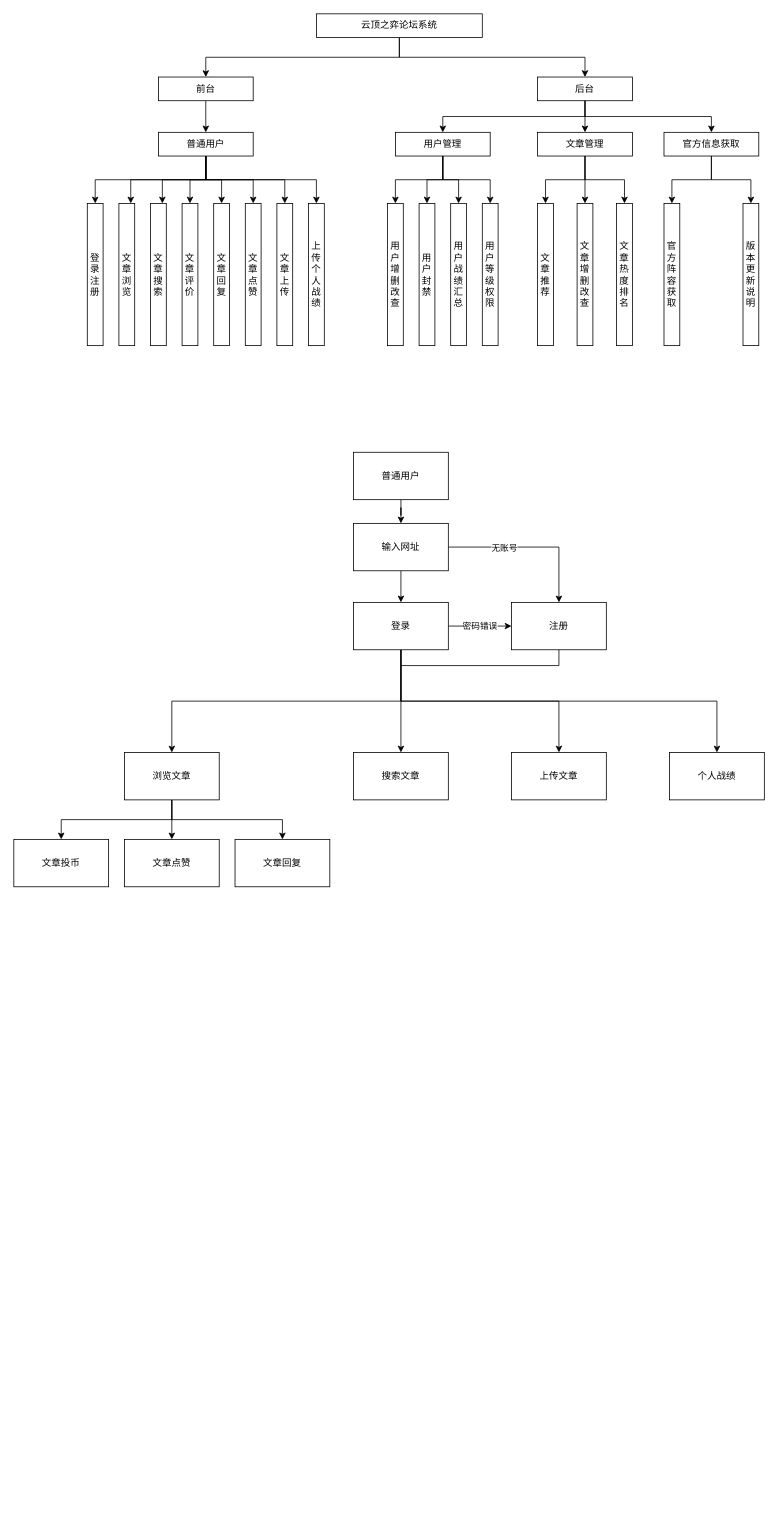
Above: 小学期2023.drawio in minhuomin/minhuomin.github (draw.io), before the change. Source tidied: cells renumbered, new cells numbered last; positions are measured from the earlier drawing's top-left corner, leaving out a move shared by most shapes. Both pictures are drawn from the tidied source at 79%, with x=0, y=0 at pixel (13, 13).
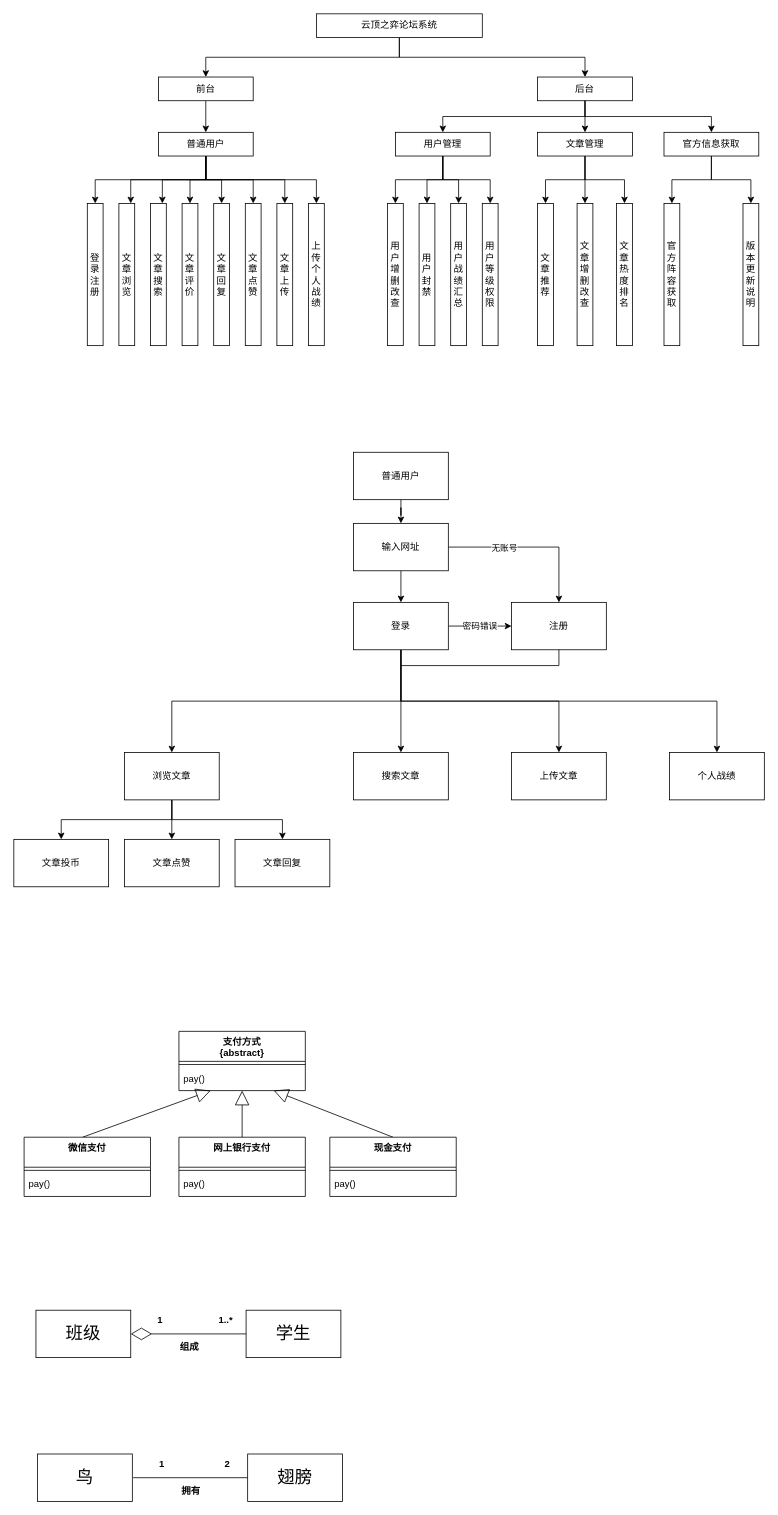
The same page after the edit.

Commit message:
更新小学期2023.drawio

What changed in the source:
```diff
@@
+    <mxCell id="73" style="endArrow=block;endSize=16;endFill=0;html=1;rounded=0;exitX=0.463;exitY=0;exitDx=0;exitDy=0;exitPerimeter=0;" parent="1" edge="1" source="78" target="77">
+      <mxGeometry relative="1" as="geometry" />
+    </mxCell>
+    <mxCell id="74" style="endArrow=block;endSize=16;endFill=0;html=1;rounded=0;entryX=0.75;entryY=1;entryDx=0;entryDy=0;entryPerimeter=0;exitX=0.5;exitY=0;exitDx=0;exitDy=0;" parent="1" edge="1" source="84" target="77">
+      <mxGeometry relative="1" as="geometry" />
+    </mxCell>
+    <mxCell id="75" value="支付方式&lt;br&gt;{abstract}" style="swimlane;fontStyle=1;align=center;verticalAlign=top;horizontal=1;startSize=38;whiteSpace=wrap;html=1;" parent="1" vertex="1">
+      <mxGeometry x="209" y="1288" width="160" height="75" as="geometry" />
+    </mxCell>
+    <mxCell id="76" style="line;strokeWidth=1;fillColor=none;align=left;verticalAlign=middle;spacingTop=-1;spacingLeft=3;spacingRight=3;labelPosition=right;strokeColor=inherit;" parent="75" vertex="1">
+      <mxGeometry y="38" width="160" height="8" as="geometry" />
+    </mxCell>
+    <mxCell id="77" value="pay()" style="text;strokeColor=none;fillColor=none;align=left;verticalAlign=top;spacingLeft=4;spacingRight=4;overflow=hidden;points=[[0,0.5],[1,0.5]];portConstraint=eastwest;whiteSpace=wrap;html=1;" parent="75" vertex="1">
+      <mxGeometry y="46" width="160" height="29" as="geometry" />
+    </mxCell>
+    <mxCell id="78" value="微信支付" style="swimlane;fontStyle=1;align=center;verticalAlign=top;horizontal=1;startSize=38;whiteSpace=wrap;html=1;" parent="1" vertex="1">
+      <mxGeometry x="13" y="1422" width="160" height="75" as="geometry" />
+    </mxCell>
+    <mxCell id="79" style="line;strokeWidth=1;fillColor=none;align=left;verticalAlign=middle;spacingTop=-1;spacingLeft=3;spacingRight=3;labelPosition=right;strokeColor=inherit;" parent="78" vertex="1">
+      <mxGeometry y="38" width="160" height="8" as="geometry" />
+    </mxCell>
+    <mxCell id="80" value="pay()" style="text;strokeColor=none;fillColor=none;align=left;verticalAlign=top;spacingLeft=4;spacingRight=4;overflow=hidden;whiteSpace=wrap;html=1;" parent="78" vertex="1">
+      <mxGeometry y="46" width="160" height="29" as="geometry" />
+    </mxCell>
+    <mxCell id="81" value="网上银行支付&lt;br&gt;" style="swimlane;fontStyle=1;align=center;verticalAlign=top;horizontal=1;startSize=38;whiteSpace=wrap;html=1;" parent="1" vertex="1">
+      <mxGeometry x="209" y="1422" width="160" height="75" as="geometry" />
+    </mxCell>
+    <mxCell id="82" style="line;strokeWidth=1;fillColor=none;align=left;verticalAlign=middle;spacingTop=-1;spacingLeft=3;spacingRight=3;labelPosition=right;strokeColor=inherit;" parent="81" vertex="1">
+      <mxGeometry y="38" width="160" height="8" as="geometry" />
+    </mxCell>
+    <mxCell id="83" value="pay()" style="text;strokeColor=none;fillColor=none;align=left;verticalAlign=top;spacingLeft=4;spacingRight=4;overflow=hidden;whiteSpace=wrap;html=1;" parent="81" vertex="1">
+      <mxGeometry y="46" width="160" height="29" as="geometry" />
+    </mxCell>
+    <mxCell id="84" value="现金支付" style="swimlane;fontStyle=1;align=center;verticalAlign=top;horizontal=1;startSize=38;whiteSpace=wrap;html=1;" parent="1" vertex="1">
+      <mxGeometry x="400" y="1422" width="160" height="75" as="geometry" />
+    </mxCell>
+    <mxCell id="85" style="line;strokeWidth=1;fillColor=none;align=left;verticalAlign=middle;spacingTop=-1;spacingLeft=3;spacingRight=3;labelPosition=right;strokeColor=inherit;" parent="84" vertex="1">
+      <mxGeometry y="38" width="160" height="8" as="geometry" />
+    </mxCell>
+    <mxCell id="86" value="pay()" style="text;strokeColor=none;fillColor=none;align=left;verticalAlign=top;spacingLeft=4;spacingRight=4;overflow=hidden;whiteSpace=wrap;html=1;" parent="84" vertex="1">
+      <mxGeometry y="46" width="160" height="29" as="geometry" />
+    </mxCell>
+    <mxCell id="87" style="endArrow=block;endSize=16;endFill=0;html=1;rounded=0;exitX=0.5;exitY=0;exitDx=0;exitDy=0;entryX=0.5;entryY=1;entryDx=0;entryDy=0;entryPerimeter=0;" parent="1" edge="1" source="81" target="77">
+      <mxGeometry relative="1" as="geometry" />
+    </mxCell>
+    <mxCell id="88" value="&lt;font style=&quot;font-size: 22px;&quot;&gt;班级&lt;/font&gt;" style="rounded=0;whiteSpace=wrap;html=1;" parent="1" vertex="1">
+      <mxGeometry x="28" y="1641" width="120" height="60" as="geometry" />
+    </mxCell>
+    <mxCell id="89" style="endArrow=diamondThin;endFill=0;endSize=24;html=1;rounded=0;entryX=1;entryY=0.5;entryDx=0;entryDy=0;exitX=0.008;exitY=0.5;exitDx=0;exitDy=0;exitPerimeter=0;" parent="1" edge="1" source="90" target="88">
+      <mxGeometry relative="1" as="geometry" />
+    </mxCell>
+    <mxCell id="90" value="&lt;font style=&quot;font-size: 22px;&quot;&gt;学生&lt;/font&gt;" style="rounded=0;whiteSpace=wrap;html=1;" parent="1" vertex="1">
+      <mxGeometry x="294" y="1641" width="120" height="60" as="geometry" />
+    </mxCell>
+    <mxCell id="91" value="1" style="text;align=center;fontStyle=1;verticalAlign=middle;spacingLeft=3;spacingRight=3;strokeColor=none;html=1;" parent="1" vertex="1">
+      <mxGeometry x="173" y="1641" width="23" height="26" as="geometry" />
+    </mxCell>
+    <mxCell id="92" value="1..*" style="text;align=center;fontStyle=1;verticalAlign=middle;spacingLeft=3;spacingRight=3;strokeColor=none;html=1;" parent="1" vertex="1">
+      <mxGeometry x="256" y="1641" width="23" height="26" as="geometry" />
+    </mxCell>
+    <mxCell id="93" value="组成" style="text;align=center;fontStyle=1;verticalAlign=middle;spacingLeft=3;spacingRight=3;strokeColor=none;html=1;" parent="1" vertex="1">
+      <mxGeometry x="210" y="1675" width="23" height="26" as="geometry" />
+    </mxCell>
+    <mxCell id="94" value="&lt;font style=&quot;font-size: 22px;&quot;&gt;鸟&lt;/font&gt;" style="rounded=0;whiteSpace=wrap;html=1;" parent="1" vertex="1">
+      <mxGeometry x="30" y="1823" width="120" height="60" as="geometry" />
+    </mxCell>
+    <mxCell id="95" value="&lt;font style=&quot;font-size: 22px;&quot;&gt;翅膀&lt;/font&gt;" style="rounded=0;whiteSpace=wrap;html=1;" parent="1" vertex="1">
+      <mxGeometry x="296" y="1823" width="120" height="60" as="geometry" />
+    </mxCell>
+    <mxCell id="96" value="1" style="text;align=center;fontStyle=1;verticalAlign=middle;spacingLeft=3;spacingRight=3;strokeColor=none;html=1;" parent="1" vertex="1">
+      <mxGeometry x="175" y="1823" width="23" height="26" as="geometry" />
+    </mxCell>
+    <mxCell id="97" value="2" style="text;align=center;fontStyle=1;verticalAlign=middle;spacingLeft=3;spacingRight=3;strokeColor=none;html=1;" parent="1" vertex="1">
+      <mxGeometry x="258" y="1823" width="23" height="26" as="geometry" />
+    </mxCell>
+    <mxCell id="98" value="拥有" style="text;align=center;fontStyle=1;verticalAlign=middle;spacingLeft=3;spacingRight=3;strokeColor=none;html=1;" parent="1" vertex="1">
+      <mxGeometry x="212" y="1857" width="23" height="26" as="geometry" />
+    </mxCell>
+    <mxCell id="99" style="line;strokeWidth=1;fillColor=none;align=left;verticalAlign=middle;spacingTop=-1;spacingLeft=3;spacingRight=3;labelPosition=right;strokeColor=inherit;" parent="1" vertex="1">
+      <mxGeometry x="151" y="1849" width="145" height="8" as="geometry" />
+    </mxCell>
```
